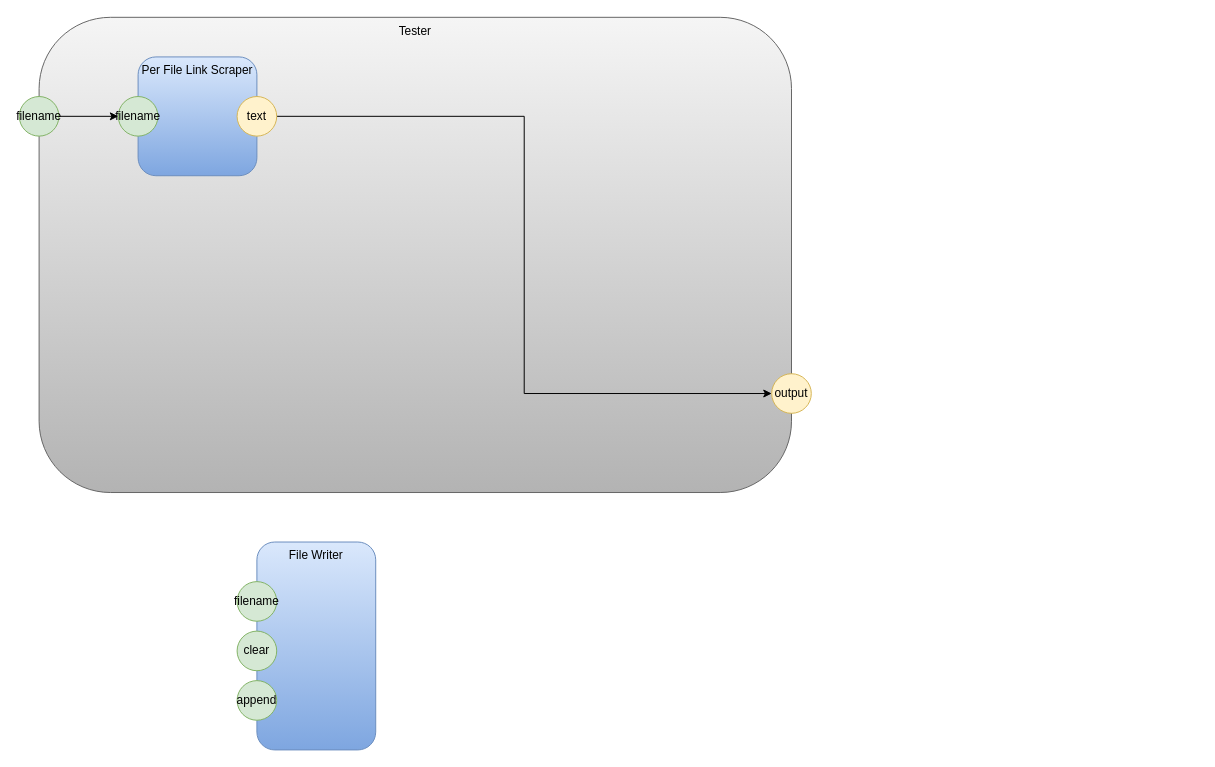
guitarvydas/pypm keeps this draw.io diagram as page "Tester" (3 of 3) of pm-copy.drawio. Above is the earlier version. Source tidied: cells renumbered, new cells numbered last; positions are measured from the earlier drawing's top-left corner, leaving out a move shared by most shapes. Both pictures are drawn from the tidied source at 99%, with x=0, y=0 at pixel (19, 17).
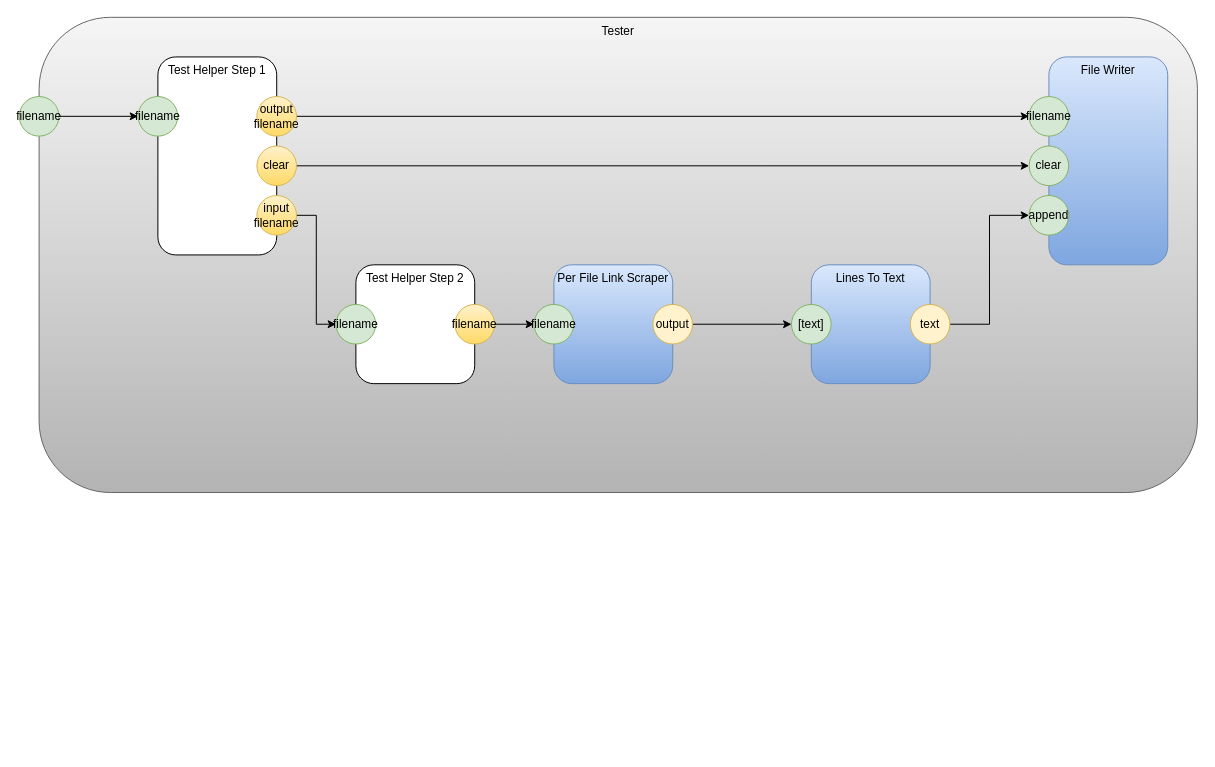
The same page after the edit.

The change refers to these unchanged cells:
```xml
<mxCell id="8" value="filename" style="ellipse;whiteSpace=wrap;html=1;fillColor=#d5e8d4;strokeColor=#82b366;" parent="1" vertex="1">
  <mxGeometry y="80" width="40" height="40" as="geometry" />
</mxCell>
```

What changed in the source:
```diff
@@
     <mxCell id="2" value="Tester" style="rounded=1;whiteSpace=wrap;html=1;horizontal=1;verticalAlign=top;fillColor=#f5f5f5;strokeColor=#666666;gradientColor=#b3b3b3;" parent="1" vertex="1">
-      <mxGeometry x="20" width="760" height="480" as="geometry" />
+      <mxGeometry x="20" width="1170" height="480" as="geometry" />
     </mxCell>
     <mxCell id="3" value="Per File Link Scraper" style="rounded=1;whiteSpace=wrap;html=1;horizontal=1;verticalAlign=top;fillColor=#dae8fc;strokeColor=#6c8ebf;gradientColor=#7ea6e0;" parent="1" vertex="1">
-      <mxGeometry x="120" y="40" width="120" height="120" as="geometry" />
+      <mxGeometry x="540" y="250" width="120" height="120" as="geometry" />
     </mxCell>
     <mxCell id="4" value="filename" style="ellipse;whiteSpace=wrap;html=1;fillColor=#d5e8d4;strokeColor=#82b366;" parent="1" vertex="1">
-      <mxGeometry x="100" y="80" width="40" height="40" as="geometry" />
+      <mxGeometry x="520" y="290" width="40" height="40" as="geometry" />
     </mxCell>
-    <mxCell id="5" style="edgeStyle=orthogonalEdgeStyle;rounded=0;jettySize=auto;html=1;exitX=1;exitY=0.5;exitDx=0;exitDy=0;entryX=0;entryY=0.5;entryDx=0;entryDy=0;" parent="1" edge="1" source="6" target="9">
-      <mxGeometry relative="1" as="geometry" />
-    </mxCell>
+    <mxCell id="14" style="edgeStyle=orthogonalEdgeStyle;rounded=0;jettySize=auto;html=1;exitX=1;exitY=0.5;exitDx=0;exitDy=0;entryX=0;entryY=0.5;entryDx=0;entryDy=0;" parent="1" edge="1" source="6" target="29">
+      <mxGeometry relative="1" as="geometry" />
+    </mxCell>
-    <mxCell id="6" value="text" style="ellipse;whiteSpace=wrap;html=1;fillColor=#fff2cc;strokeColor=#d6b656;" parent="1" vertex="1">
-      <mxGeometry x="220" y="80" width="40" height="40" as="geometry" />
+    <mxCell id="6" value="output" style="ellipse;whiteSpace=wrap;html=1;fillColor=#fff2cc;strokeColor=#d6b656;" parent="1" vertex="1">
+      <mxGeometry x="640" y="290" width="40" height="40" as="geometry" />
     </mxCell>
-    <mxCell id="7" style="edgeStyle=orthogonalEdgeStyle;rounded=0;jettySize=auto;html=1;exitX=1;exitY=0.5;exitDx=0;exitDy=0;entryX=0;entryY=0.5;entryDx=0;entryDy=0;" parent="1" edge="1" source="8" target="4">
-      <mxGeometry relative="1" as="geometry" />
-    </mxCell>
+    <mxCell id="15" style="edgeStyle=orthogonalEdgeStyle;rounded=0;jettySize=auto;html=1;exitX=1;exitY=0.5;exitDx=0;exitDy=0;entryX=0;entryY=0.5;entryDx=0;entryDy=0;" parent="1" edge="1" source="8" target="11">
+      <mxGeometry relative="1" as="geometry" />
+    </mxCell>
@@
-    <mxCell id="9" value="output" style="ellipse;whiteSpace=wrap;html=1;fillColor=#fff2cc;strokeColor=#d6b656;" parent="1" vertex="1">
-      <mxGeometry x="760" y="360" width="40" height="40" as="geometry" />
-    </mxCell>
-    <mxCell id="10" value="File Writer" style="rounded=1;whiteSpace=wrap;html=1;horizontal=1;verticalAlign=top;gradientColor=#7ea6e0;fillColor=#dae8fc;strokeColor=#6c8ebf;" parent="1" vertex="1">
-      <mxGeometry x="240" y="530" width="120" height="210" as="geometry" />
+    <mxCell id="10" value="Test Helper Step 1" style="rounded=1;whiteSpace=wrap;html=1;horizontal=1;verticalAlign=top;" parent="1" vertex="1">
+      <mxGeometry x="140" y="40" width="120" height="200" as="geometry" />
     </mxCell>
     <mxCell id="11" value="filename" style="ellipse;whiteSpace=wrap;html=1;fillColor=#d5e8d4;strokeColor=#82b366;" parent="1" vertex="1">
-      <mxGeometry x="220" y="570" width="40" height="40" as="geometry" />
+      <mxGeometry x="120" y="80" width="40" height="40" as="geometry" />
     </mxCell>
+    <mxCell id="16" style="edgeStyle=orthogonalEdgeStyle;rounded=0;jettySize=auto;html=1;exitX=1;exitY=0.5;exitDx=0;exitDy=0;entryX=0;entryY=0.5;entryDx=0;entryDy=0;" parent="1" edge="1" source="12" target="19">
+      <mxGeometry relative="1" as="geometry" />
+    </mxCell>
-    <mxCell id="12" value="clear" style="ellipse;whiteSpace=wrap;html=1;fillColor=#d5e8d4;strokeColor=#82b366;" parent="1" vertex="1">
-      <mxGeometry x="220" y="620" width="40" height="40" as="geometry" />
+    <mxCell id="12" value="clear" style="ellipse;whiteSpace=wrap;html=1;fillColor=#fff2cc;strokeColor=#d6b656;gradientColor=#ffd966;" parent="1" vertex="1">
+      <mxGeometry x="240" y="130" width="40" height="40" as="geometry" />
     </mxCell>
+    <mxCell id="17" value="File Writer" style="rounded=1;whiteSpace=wrap;html=1;horizontal=1;verticalAlign=top;gradientColor=#7ea6e0;fillColor=#dae8fc;strokeColor=#6c8ebf;" parent="1" vertex="1">
+      <mxGeometry x="1040" y="40" width="120" height="210" as="geometry" />
+    </mxCell>
+    <mxCell id="18" value="filename" style="ellipse;whiteSpace=wrap;html=1;fillColor=#d5e8d4;strokeColor=#82b366;" parent="1" vertex="1">
+      <mxGeometry x="1020" y="80" width="40" height="40" as="geometry" />
+    </mxCell>
+    <mxCell id="19" value="clear" style="ellipse;whiteSpace=wrap;html=1;fillColor=#d5e8d4;strokeColor=#82b366;" parent="1" vertex="1">
+      <mxGeometry x="1020" y="130" width="40" height="40" as="geometry" />
+    </mxCell>
     <mxCell id="13" value="append" style="ellipse;whiteSpace=wrap;html=1;fillColor=#d5e8d4;strokeColor=#82b366;" parent="1" vertex="1">
-      <mxGeometry x="220" y="670" width="40" height="40" as="geometry" />
+      <mxGeometry x="1020" y="180" width="40" height="40" as="geometry" />
     </mxCell>
+    <mxCell id="20" style="edgeStyle=orthogonalEdgeStyle;rounded=0;jettySize=auto;html=1;exitX=1;exitY=0.5;exitDx=0;exitDy=0;entryX=0;entryY=0.5;entryDx=0;entryDy=0;" parent="1" edge="1" source="21" target="18">
+      <mxGeometry relative="1" as="geometry" />
+    </mxCell>
+    <mxCell id="21" value="output filename" style="ellipse;whiteSpace=wrap;html=1;fillColor=#fff2cc;strokeColor=#d6b656;gradientColor=#ffd966;" parent="1" vertex="1">
+      <mxGeometry x="240" y="80" width="40" height="40" as="geometry" />
+    </mxCell>
+    <mxCell id="22" value="Test Helper Step 2" style="rounded=1;whiteSpace=wrap;html=1;horizontal=1;verticalAlign=top;" parent="1" vertex="1">
+      <mxGeometry x="340" y="250" width="120" height="120" as="geometry" />
+    </mxCell>
+    <mxCell id="23" value="filename" style="ellipse;whiteSpace=wrap;html=1;fillColor=#d5e8d4;strokeColor=#82b366;" parent="1" vertex="1">
+      <mxGeometry x="320" y="290" width="40" height="40" as="geometry" />
+    </mxCell>
+    <mxCell id="24" style="edgeStyle=orthogonalEdgeStyle;rounded=0;jettySize=auto;html=1;exitX=1;exitY=0.5;exitDx=0;exitDy=0;" parent="1" edge="1" source="25" target="4">
+      <mxGeometry relative="1" as="geometry" />
+    </mxCell>
+    <mxCell id="25" value="filename" style="ellipse;whiteSpace=wrap;html=1;fillColor=#fff2cc;strokeColor=#d6b656;gradientColor=#ffd966;" parent="1" vertex="1">
+      <mxGeometry x="440" y="290" width="40" height="40" as="geometry" />
+    </mxCell>
+    <mxCell id="26" style="edgeStyle=orthogonalEdgeStyle;rounded=0;jettySize=auto;html=1;exitX=1;exitY=0.5;exitDx=0;exitDy=0;entryX=0;entryY=0.5;entryDx=0;entryDy=0;" parent="1" edge="1" source="27" target="23">
+      <mxGeometry relative="1" as="geometry" />
+    </mxCell>
+    <mxCell id="27" value="input filename" style="ellipse;whiteSpace=wrap;html=1;fillColor=#fff2cc;strokeColor=#d6b656;gradientColor=#ffd966;" parent="1" vertex="1">
+      <mxGeometry x="240" y="180" width="40" height="40" as="geometry" />
+    </mxCell>
+    <mxCell id="28" value="Lines To Text" style="rounded=1;whiteSpace=wrap;html=1;horizontal=1;verticalAlign=top;fillColor=#dae8fc;strokeColor=#6c8ebf;gradientColor=#7ea6e0;" parent="1" vertex="1">
+      <mxGeometry x="800" y="250" width="120" height="120" as="geometry" />
+    </mxCell>
+    <mxCell id="29" value="[text]" style="ellipse;whiteSpace=wrap;html=1;fillColor=#d5e8d4;strokeColor=#82b366;" parent="1" vertex="1">
+      <mxGeometry x="780" y="290" width="40" height="40" as="geometry" />
+    </mxCell>
+    <mxCell id="30" style="edgeStyle=orthogonalEdgeStyle;rounded=0;jettySize=auto;html=1;exitX=1;exitY=0.5;exitDx=0;exitDy=0;entryX=0;entryY=0.5;entryDx=0;entryDy=0;" parent="1" edge="1" source="31" target="13">
+      <mxGeometry relative="1" as="geometry" />
+    </mxCell>
+    <mxCell id="31" value="text" style="ellipse;whiteSpace=wrap;html=1;fillColor=#fff2cc;strokeColor=#d6b656;" parent="1" vertex="1">
+      <mxGeometry x="900" y="290" width="40" height="40" as="geometry" />
+    </mxCell>
```
